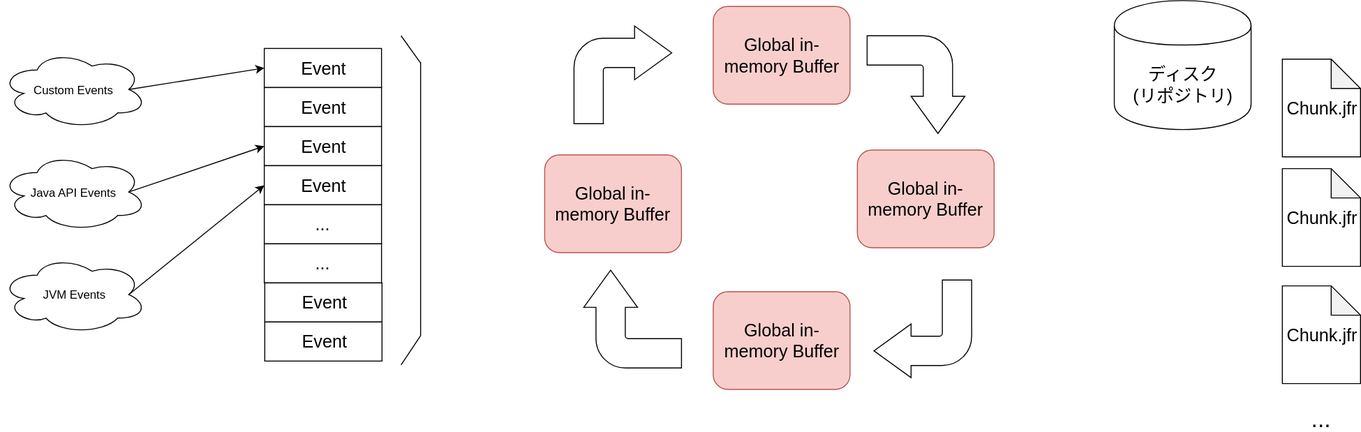
The draw.io diagram docs/book-introduction-of-jfr/site/images/002-jfr_dataflow.svg in koduki/koduki.github.io, before a commit. Source tidied: cells renumbered, new cells last; positions are measured from the earlier drawing's top-left corner, leaving out a move shared by most shapes.
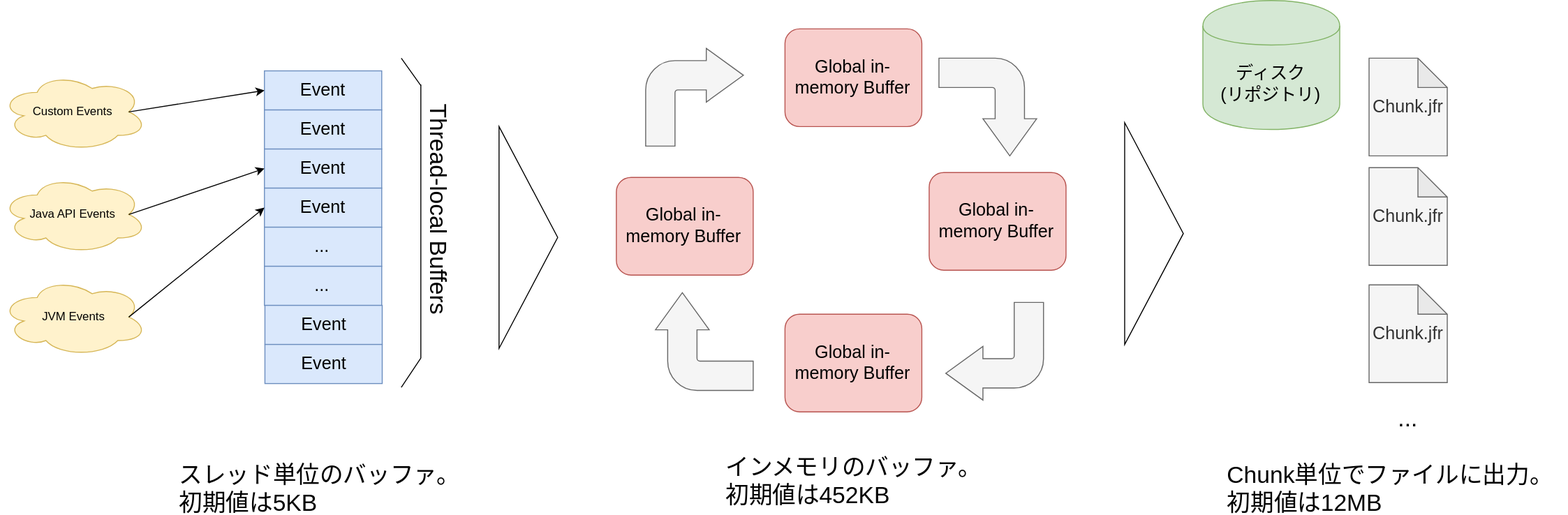
The same diagram one commit later.

Diff of the diagram source:
```diff
@@ -3,40 +3,40 @@
     <mxCell id="0" />
     <mxCell id="1" parent="0" />
     <mxCell id="2" value="&lt;font style=&quot;font-size: 18px&quot;&gt;Global in-memory Buffer&lt;/font&gt;" style="shape=ext;rounded=1;html=1;whiteSpace=wrap;fillColor=#f8cecc;strokeColor=#b85450;" parent="1" vertex="1">
-      <mxGeometry x="729.5" y="6" width="140" height="100" as="geometry" />
+      <mxGeometry x="792.5" y="26" width="140" height="100" as="geometry" />
     </mxCell>
-    <mxCell id="3" value="Java API Events" style="ellipse;shape=cloud;whiteSpace=wrap;html=1;" parent="1" vertex="1">
-      <mxGeometry y="156" width="150" height="80" as="geometry" />
+    <mxCell id="3" value="Java API Events" style="ellipse;shape=cloud;whiteSpace=wrap;html=1;fillColor=#fff2cc;strokeColor=#d6b656;" parent="1" vertex="1">
+      <mxGeometry x="-10" y="176" width="150" height="80" as="geometry" />
     </mxCell>
-    <mxCell id="4" value="Custom Events" style="ellipse;shape=cloud;whiteSpace=wrap;html=1;" parent="1" vertex="1">
-      <mxGeometry y="51" width="150" height="80" as="geometry" />
+    <mxCell id="4" value="Custom Events" style="ellipse;shape=cloud;whiteSpace=wrap;html=1;fillColor=#fff2cc;strokeColor=#d6b656;" parent="1" vertex="1">
+      <mxGeometry x="-10" y="71" width="150" height="80" as="geometry" />
     </mxCell>
-    <mxCell id="5" value="JVM Events" style="ellipse;shape=cloud;whiteSpace=wrap;html=1;" parent="1" vertex="1">
-      <mxGeometry y="261" width="150" height="80" as="geometry" />
+    <mxCell id="5" value="JVM Events" style="ellipse;shape=cloud;whiteSpace=wrap;html=1;fillColor=#fff2cc;strokeColor=#d6b656;" parent="1" vertex="1">
+      <mxGeometry x="-10" y="281" width="150" height="80" as="geometry" />
     </mxCell>
-    <mxCell id="6" value="&lt;font style=&quot;font-size: 18px&quot;&gt;Event&lt;/font&gt;" style="rounded=0;whiteSpace=wrap;html=1;" parent="1" vertex="1">
-      <mxGeometry x="270" y="49" width="120" height="40" as="geometry" />
+    <mxCell id="6" value="&lt;font style=&quot;font-size: 18px&quot;&gt;Event&lt;/font&gt;" style="rounded=0;whiteSpace=wrap;html=1;fillColor=#dae8fc;strokeColor=#6c8ebf;" parent="1" vertex="1">
+      <mxGeometry x="260" y="69" width="120" height="40" as="geometry" />
     </mxCell>
-    <mxCell id="7" value="&lt;font style=&quot;font-size: 18px&quot;&gt;Event&lt;/font&gt;" style="rounded=0;whiteSpace=wrap;html=1;" parent="1" vertex="1">
-      <mxGeometry x="270" y="89" width="120" height="40" as="geometry" />
+    <mxCell id="7" value="&lt;font style=&quot;font-size: 18px&quot;&gt;Event&lt;/font&gt;" style="rounded=0;whiteSpace=wrap;html=1;fillColor=#dae8fc;strokeColor=#6c8ebf;" parent="1" vertex="1">
+      <mxGeometry x="260" y="109" width="120" height="40" as="geometry" />
     </mxCell>
-    <mxCell id="8" value="&lt;font style=&quot;font-size: 18px&quot;&gt;Event&lt;/font&gt;" style="rounded=0;whiteSpace=wrap;html=1;" parent="1" vertex="1">
-      <mxGeometry x="270" y="129" width="120" height="40" as="geometry" />
+    <mxCell id="8" value="&lt;font style=&quot;font-size: 18px&quot;&gt;Event&lt;/font&gt;" style="rounded=0;whiteSpace=wrap;html=1;fillColor=#dae8fc;strokeColor=#6c8ebf;" parent="1" vertex="1">
+      <mxGeometry x="260" y="149" width="120" height="40" as="geometry" />
     </mxCell>
-    <mxCell id="9" value="&lt;font style=&quot;font-size: 18px&quot;&gt;Event&lt;/font&gt;" style="rounded=0;whiteSpace=wrap;html=1;" parent="1" vertex="1">
-      <mxGeometry x="270" y="169" width="120" height="40" as="geometry" />
+    <mxCell id="9" value="&lt;font style=&quot;font-size: 18px&quot;&gt;Event&lt;/font&gt;" style="rounded=0;whiteSpace=wrap;html=1;fillColor=#dae8fc;strokeColor=#6c8ebf;" parent="1" vertex="1">
+      <mxGeometry x="260" y="189" width="120" height="40" as="geometry" />
     </mxCell>
-    <mxCell id="10" value="&lt;font style=&quot;font-size: 18px&quot;&gt;...&lt;/font&gt;" style="rounded=0;whiteSpace=wrap;html=1;" parent="1" vertex="1">
-      <mxGeometry x="270" y="209" width="120" height="40" as="geometry" />
+    <mxCell id="10" value="&lt;font style=&quot;font-size: 18px&quot;&gt;...&lt;/font&gt;" style="rounded=0;whiteSpace=wrap;html=1;fillColor=#dae8fc;strokeColor=#6c8ebf;" parent="1" vertex="1">
+      <mxGeometry x="260" y="229" width="120" height="40" as="geometry" />
     </mxCell>
-    <mxCell id="11" value="&lt;font style=&quot;font-size: 18px&quot;&gt;...&lt;/font&gt;" style="rounded=0;whiteSpace=wrap;html=1;" parent="1" vertex="1">
-      <mxGeometry x="270" y="249" width="120" height="40" as="geometry" />
+    <mxCell id="11" value="&lt;font style=&quot;font-size: 18px&quot;&gt;...&lt;/font&gt;" style="rounded=0;whiteSpace=wrap;html=1;fillColor=#dae8fc;strokeColor=#6c8ebf;" parent="1" vertex="1">
+      <mxGeometry x="260" y="269" width="120" height="40" as="geometry" />
     </mxCell>
-    <mxCell id="12" value="&lt;font style=&quot;font-size: 18px&quot;&gt;Event&lt;/font&gt;" style="rounded=0;whiteSpace=wrap;html=1;" parent="1" vertex="1">
-      <mxGeometry x="270.5" y="289" width="120" height="40" as="geometry" />
+    <mxCell id="12" value="&lt;font style=&quot;font-size: 18px&quot;&gt;Event&lt;/font&gt;" style="rounded=0;whiteSpace=wrap;html=1;fillColor=#dae8fc;strokeColor=#6c8ebf;" parent="1" vertex="1">
+      <mxGeometry x="260.5" y="309" width="120" height="40" as="geometry" />
     </mxCell>
-    <mxCell id="13" value="&lt;font style=&quot;font-size: 18px&quot;&gt;Event&lt;/font&gt;" style="rounded=0;whiteSpace=wrap;html=1;" parent="1" vertex="1">
-      <mxGeometry x="270.5" y="329" width="120" height="40" as="geometry" />
+    <mxCell id="13" value="&lt;font style=&quot;font-size: 18px&quot;&gt;Event&lt;/font&gt;" style="rounded=0;whiteSpace=wrap;html=1;fillColor=#dae8fc;strokeColor=#6c8ebf;" parent="1" vertex="1">
+      <mxGeometry x="260.5" y="349" width="120" height="40" as="geometry" />
     </mxCell>
     <mxCell id="14" style="endArrow=classic;html=1;exitX=0.875;exitY=0.5;exitDx=0;exitDy=0;exitPerimeter=0;entryX=0;entryY=0.5;entryDx=0;entryDy=0;" parent="1" edge="1" source="4" target="6">
       <mxGeometry relative="1" as="geometry" />
@@ -48,58 +48,76 @@
       <mxGeometry relative="1" as="geometry" />
     </mxCell>
     <mxCell id="17" value="&lt;font style=&quot;font-size: 18px&quot;&gt;Global in-memory Buffer&lt;/font&gt;" style="shape=ext;rounded=1;html=1;whiteSpace=wrap;fillColor=#f8cecc;strokeColor=#b85450;" parent="1" vertex="1">
-      <mxGeometry x="557" y="158" width="140" height="100" as="geometry" />
+      <mxGeometry x="620" y="178" width="140" height="100" as="geometry" />
     </mxCell>
     <mxCell id="18" value="&lt;font style=&quot;font-size: 18px&quot;&gt;Global in-memory Buffer&lt;/font&gt;" style="shape=ext;rounded=1;html=1;whiteSpace=wrap;fillColor=#f8cecc;strokeColor=#b85450;" parent="1" vertex="1">
-      <mxGeometry x="729.5" y="298" width="140" height="100" as="geometry" />
+      <mxGeometry x="792.5" y="318" width="140" height="100" as="geometry" />
     </mxCell>
     <mxCell id="19" value="&lt;font style=&quot;font-size: 18px&quot;&gt;Global in-memory Buffer&lt;/font&gt;" style="shape=ext;rounded=1;html=1;whiteSpace=wrap;fillColor=#f8cecc;strokeColor=#b85450;" parent="1" vertex="1">
-      <mxGeometry x="877" y="153" width="140" height="100" as="geometry" />
+      <mxGeometry x="940" y="173" width="140" height="100" as="geometry" />
     </mxCell>
-    <mxCell id="20" style="html=1;shadow=0;dashed=0;align=center;verticalAlign=middle;shape=mxgraph.arrows2.bendArrow;dy=15;dx=38;notch=0;arrowHead=55;rounded=1;rotation=90;" parent="1" vertex="1">
-      <mxGeometry x="887" y="36" width="100" height="100" as="geometry" />
+    <mxCell id="20" style="html=1;shadow=0;dashed=0;align=center;verticalAlign=middle;shape=mxgraph.arrows2.bendArrow;dy=15;dx=38;notch=0;arrowHead=55;rounded=1;rotation=90;fillColor=#f5f5f5;strokeColor=#666666;fontColor=#333333;" parent="1" vertex="1">
+      <mxGeometry x="950" y="56" width="100" height="100" as="geometry" />
     </mxCell>
-    <mxCell id="21" style="html=1;shadow=0;dashed=0;align=center;verticalAlign=middle;shape=mxgraph.arrows2.bendArrow;dy=15;dx=38;notch=0;arrowHead=55;rounded=1;rotation=90;direction=south;" parent="1" vertex="1">
-      <mxGeometry x="894" y="286" width="100" height="100" as="geometry" />
+    <mxCell id="21" style="html=1;shadow=0;dashed=0;align=center;verticalAlign=middle;shape=mxgraph.arrows2.bendArrow;dy=15;dx=38;notch=0;arrowHead=55;rounded=1;rotation=90;direction=south;fillColor=#f5f5f5;strokeColor=#666666;fontColor=#333333;" parent="1" vertex="1">
+      <mxGeometry x="957" y="306" width="100" height="100" as="geometry" />
     </mxCell>
-    <mxCell id="22" style="html=1;shadow=0;dashed=0;align=center;verticalAlign=middle;shape=mxgraph.arrows2.bendArrow;dy=15;dx=38;notch=0;arrowHead=55;rounded=1;rotation=90;direction=west;" parent="1" vertex="1">
-      <mxGeometry x="597" y="276" width="100" height="100" as="geometry" />
+    <mxCell id="22" style="html=1;shadow=0;dashed=0;align=center;verticalAlign=middle;shape=mxgraph.arrows2.bendArrow;dy=15;dx=38;notch=0;arrowHead=55;rounded=1;rotation=90;direction=west;fillColor=#f5f5f5;strokeColor=#666666;fontColor=#333333;" parent="1" vertex="1">
+      <mxGeometry x="660" y="296" width="100" height="100" as="geometry" />
     </mxCell>
-    <mxCell id="23" style="html=1;shadow=0;dashed=0;align=center;verticalAlign=middle;shape=mxgraph.arrows2.bendArrow;dy=15;dx=38;notch=0;arrowHead=55;rounded=1;rotation=90;direction=north;" parent="1" vertex="1">
-      <mxGeometry x="587" y="26" width="100" height="100" as="geometry" />
+    <mxCell id="23" style="html=1;shadow=0;dashed=0;align=center;verticalAlign=middle;shape=mxgraph.arrows2.bendArrow;dy=15;dx=38;notch=0;arrowHead=55;rounded=1;rotation=90;direction=north;fillColor=#f5f5f5;strokeColor=#666666;fontColor=#333333;" parent="1" vertex="1">
+      <mxGeometry x="650" y="46" width="100" height="100" as="geometry" />
     </mxCell>
-    <mxCell id="24" value="&lt;font style=&quot;font-size: 18px&quot;&gt;ディスク&lt;br&gt;(リポジトリ)&lt;/font&gt;" style="shape=cylinder;whiteSpace=wrap;html=1;boundedLbl=1;backgroundOutline=1;" parent="1" vertex="1">
-      <mxGeometry x="1140" width="140" height="132" as="geometry" />
+    <mxCell id="24" value="&lt;font style=&quot;font-size: 18px&quot;&gt;ディスク&lt;br&gt;(リポジトリ)&lt;/font&gt;" style="shape=cylinder;whiteSpace=wrap;html=1;boundedLbl=1;backgroundOutline=1;fillColor=#d5e8d4;strokeColor=#82b366;" parent="1" vertex="1">
+      <mxGeometry x="1220" y="-3" width="140" height="132" as="geometry" />
     </mxCell>
-    <mxCell id="25" value="&lt;font style=&quot;font-size: 18px&quot;&gt;Chunk.jfr&lt;/font&gt;" style="shape=note;whiteSpace=wrap;html=1;backgroundOutline=1;darkOpacity=0.05;" parent="1" vertex="1">
-      <mxGeometry x="1312" y="60" width="80" height="100" as="geometry" />
+    <mxCell id="25" value="&lt;font style=&quot;font-size: 18px&quot;&gt;Chunk.jfr&lt;/font&gt;" style="shape=note;whiteSpace=wrap;html=1;backgroundOutline=1;darkOpacity=0.05;fillColor=#f5f5f5;strokeColor=#666666;fontColor=#333333;" parent="1" vertex="1">
+      <mxGeometry x="1390" y="56" width="80" height="100" as="geometry" />
     </mxCell>
-    <mxCell id="26" value="&lt;font style=&quot;font-size: 18px&quot;&gt;Chunk.jfr&lt;/font&gt;" style="shape=note;whiteSpace=wrap;html=1;backgroundOutline=1;darkOpacity=0.05;" parent="1" vertex="1">
-      <mxGeometry x="1312" y="172" width="80" height="100" as="geometry" />
+    <mxCell id="26" value="&lt;font style=&quot;font-size: 18px&quot;&gt;Chunk.jfr&lt;/font&gt;" style="shape=note;whiteSpace=wrap;html=1;backgroundOutline=1;darkOpacity=0.05;fillColor=#f5f5f5;strokeColor=#666666;fontColor=#333333;" parent="1" vertex="1">
+      <mxGeometry x="1390" y="168" width="80" height="100" as="geometry" />
     </mxCell>
-    <mxCell id="27" value="&lt;font style=&quot;font-size: 18px&quot;&gt;Chunk.jfr&lt;/font&gt;" style="shape=note;whiteSpace=wrap;html=1;backgroundOutline=1;darkOpacity=0.05;" parent="1" vertex="1">
-      <mxGeometry x="1312" y="292" width="80" height="100" as="geometry" />
+    <mxCell id="27" value="&lt;font style=&quot;font-size: 18px&quot;&gt;Chunk.jfr&lt;/font&gt;" style="shape=note;whiteSpace=wrap;html=1;backgroundOutline=1;darkOpacity=0.05;fillColor=#f5f5f5;strokeColor=#666666;fontColor=#333333;" parent="1" vertex="1">
+      <mxGeometry x="1390" y="288" width="80" height="100" as="geometry" />
     </mxCell>
     <mxCell id="28" value="&lt;font style=&quot;font-size: 24px&quot;&gt;...&lt;/font&gt;" style="text;html=1;align=left;verticalAlign=top;spacingTop=-4;" parent="1" vertex="1">
-      <mxGeometry x="1340" y="412" width="40" height="20" as="geometry" />
+      <mxGeometry x="1418" y="408" width="40" height="20" as="geometry" />
     </mxCell>
     <mxCell id="29" style="endArrow=none;html=1;" parent="1" edge="1">
       <mxGeometry relative="1" as="geometry">
-        <mxPoint x="430" y="343" as="sourcePoint" />
-        <mxPoint x="430" y="63" as="targetPoint" />
+        <mxPoint x="420" y="363" as="sourcePoint" />
+        <mxPoint x="420" y="83" as="targetPoint" />
       </mxGeometry>
     </mxCell>
     <mxCell id="30" style="endArrow=none;html=1;" parent="1" edge="1">
       <mxGeometry relative="1" as="geometry">
-        <mxPoint x="430" y="64" as="sourcePoint" />
-        <mxPoint x="410" y="36" as="targetPoint" />
+        <mxPoint x="420" y="84" as="sourcePoint" />
+        <mxPoint x="400" y="56" as="targetPoint" />
       </mxGeometry>
     </mxCell>
     <mxCell id="31" style="endArrow=none;html=1;" parent="1" edge="1">
       <mxGeometry relative="1" as="geometry">
-        <mxPoint x="430" y="343" as="sourcePoint" />
-        <mxPoint x="410" y="373" as="targetPoint" />
+        <mxPoint x="420" y="363" as="sourcePoint" />
+        <mxPoint x="400" y="393" as="targetPoint" />
       </mxGeometry>
     </mxCell>
+    <mxCell id="32" value="&lt;font style=&quot;font-size: 24px&quot;&gt;スレッド単位のバッファ。&lt;br&gt;初期値は5KB&lt;br&gt;&lt;/font&gt;" style="text;html=1;align=left;verticalAlign=top;spacingTop=-4;" parent="1" vertex="1">
+      <mxGeometry x="170.5" y="466" width="300" height="40" as="geometry" />
+    </mxCell>
+    <mxCell id="33" style="triangle;whiteSpace=wrap;html=1;" parent="1" vertex="1">
+      <mxGeometry x="500" y="126" width="60" height="227" as="geometry" />
+    </mxCell>
+    <mxCell id="34" style="triangle;whiteSpace=wrap;html=1;" parent="1" vertex="1">
+      <mxGeometry x="1140" y="122" width="60" height="227" as="geometry" />
+    </mxCell>
+    <mxCell id="35" value="&lt;span style=&quot;font-size: 24px&quot;&gt;Thread-local Buffers&lt;/span&gt;" style="text;html=1;align=left;verticalAlign=top;spacingTop=-4;rotation=90;" parent="1" vertex="1">
+      <mxGeometry x="330" y="206" width="230" height="20" as="geometry" />
+    </mxCell>
+    <mxCell id="36" value="&lt;font style=&quot;font-size: 24px&quot;&gt;インメモリのバッファ。&lt;br&gt;初期値は452KB&lt;br&gt;&lt;/font&gt;" style="text;html=1;align=left;verticalAlign=top;spacingTop=-4;" parent="1" vertex="1">
+      <mxGeometry x="730" y="458" width="280" height="40" as="geometry" />
+    </mxCell>
+    <mxCell id="37" value="&lt;font style=&quot;font-size: 24px&quot;&gt;Chunk単位でファイルに出力。&lt;br&gt;初期値は12MB&lt;br&gt;&lt;/font&gt;" style="text;html=1;align=left;verticalAlign=top;spacingTop=-4;" parent="1" vertex="1">
+      <mxGeometry x="1243" y="466" width="350" height="40" as="geometry" />
+    </mxCell>
   </root>
 </mxGraphModel>
```
